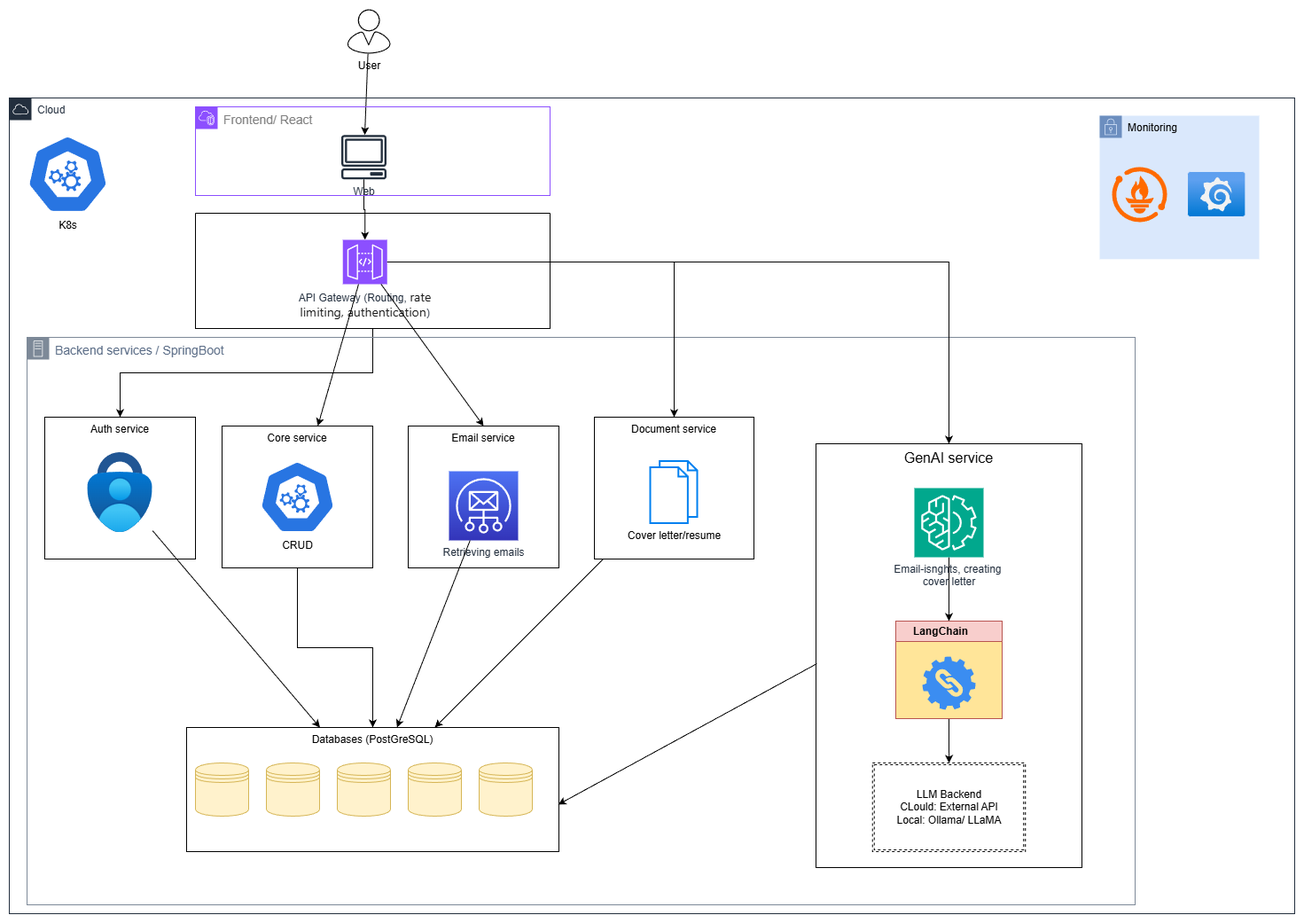
Above: docs/architecture/component_diagram.png in AET-DevOps26/team-genops (draw.io), before the change. Source tidied: cells renumbered, new cells last; positions are measured from the earlier drawing's top-left corner, leaving out a move shared by most shapes.
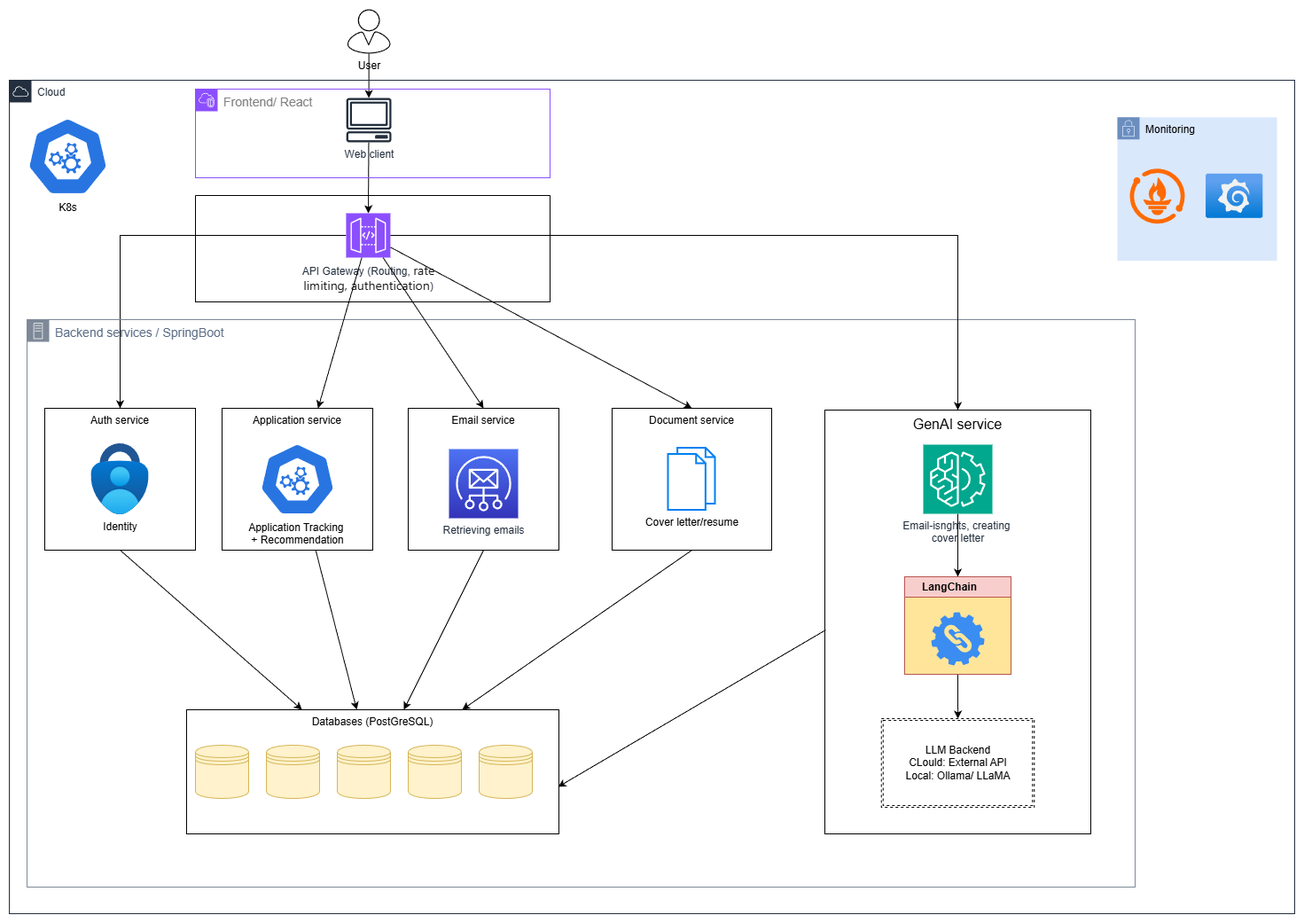
After the commit.

Diff of the diagram source:
```diff
@@ -9,34 +9,34 @@
       <mxGeometry x="381.2" width="48.8" height="50" as="geometry" />
     </mxCell>
     <mxCell id="4" value="Cloud" style="gradientColor=none;html=1;whiteSpace=wrap;fontSize=12;fontStyle=0;shape=mxgraph.aws4.group;grIcon=mxgraph.aws4.group_aws_cloud;strokeColor=#232F3E;fillColor=none;verticalAlign=top;align=left;spacingLeft=30;fontColor=#232F3E;dashed=0;" parent="1" vertex="1">
-      <mxGeometry y="100" width="1450" height="920" as="geometry" />
+      <mxGeometry y="80" width="1450" height="940" as="geometry" />
     </mxCell>
-    <mxCell id="5" style="edgeStyle=orthogonalEdgeStyle;rounded=0;jettySize=auto;html=1;" parent="4" edge="1" source="45" target="8">
+    <mxCell id="5" style="rounded=0;jettySize=auto;html=1;" parent="4" edge="1" source="45" target="8">
       <mxGeometry relative="1" as="geometry" />
     </mxCell>
-    <mxCell id="6" style="edgeStyle=orthogonalEdgeStyle;rounded=0;jettySize=auto;html=1;entryX=0.5;entryY=0;entryDx=0;entryDy=0;" parent="4" edge="1" source="7" target="10">
+    <mxCell id="6" style="edgeStyle=orthogonalEdgeStyle;rounded=0;jettySize=auto;html=1;entryX=0.5;entryY=0;entryDx=0;entryDy=0;" parent="4" edge="1" source="8" target="10">
       <mxGeometry relative="1" as="geometry" />
     </mxCell>
     <mxCell id="7" style="swimlane;startSize=0;" parent="4" vertex="1">
-      <mxGeometry x="210" y="130" width="400" height="130" as="geometry" />
+      <mxGeometry x="210" y="130" width="400" height="120" as="geometry" />
     </mxCell>
     <mxCell id="8" value="API Gateway (Routing,&amp;nbsp;&lt;span style=&quot;color: rgba(0, 0, 0, 0.9); font-family: -apple-system, system-ui, BlinkMacSystemFont, &amp;quot;Segoe UI&amp;quot;, Roboto, &amp;quot;Helvetica Neue&amp;quot;, &amp;quot;Fira Sans&amp;quot;, Ubuntu, Oxygen, &amp;quot;Oxygen Sans&amp;quot;, Cantarell, &amp;quot;Droid Sans&amp;quot;, &amp;quot;Apple Color Emoji&amp;quot;, &amp;quot;Segoe UI Emoji&amp;quot;, &amp;quot;Segoe UI Emoji&amp;quot;, &amp;quot;Segoe UI Symbol&amp;quot;, &amp;quot;Lucida Grande&amp;quot;, Helvetica, Arial, sans-serif; font-size: 14px; text-align: start; text-wrap-mode: wrap; background-color: rgb(255, 255, 255);&quot;&gt;rate limiting, authentication&lt;/span&gt;)" style="sketch=0;points=[[0,0,0],[0.25,0,0],[0.5,0,0],[0.75,0,0],[1,0,0],[0,1,0],[0.25,1,0],[0.5,1,0],[0.75,1,0],[1,1,0],[0,0.25,0],[0,0.5,0],[0,0.75,0],[1,0.25,0],[1,0.5,0],[1,0.75,0]];outlineConnect=0;fontColor=#232F3E;fillColor=#8C4FFF;strokeColor=#ffffff;dashed=0;verticalLabelPosition=bottom;verticalAlign=top;align=center;html=1;fontSize=12;fontStyle=0;shape=mxgraph.aws4.resourceIcon;resIcon=mxgraph.aws4.api_gateway;" parent="7" vertex="1">
-      <mxGeometry x="166.2" y="30" width="50" height="50" as="geometry" />
+      <mxGeometry x="169.9" y="20" width="50" height="50" as="geometry" />
     </mxCell>
     <mxCell id="9" style="group;" parent="4" vertex="1">
       <mxGeometry x="40" y="360" width="170" height="160" as="geometry" />
     </mxCell>
     <mxCell id="10" value="&lt;font style=&quot;color: rgb(0, 0, 0);&quot;&gt;Auth service&lt;/font&gt;" style="fillColor=none;strokeColor=light-dark(#000000, #ff8575);verticalAlign=top;fontStyle=0;fontColor=#DD3522;whiteSpace=wrap;html=1;" parent="9" vertex="1">
-      <mxGeometry width="170" height="160" as="geometry" />
+      <mxGeometry y="10" width="170" height="160" as="geometry" />
     </mxCell>
-    <mxCell id="11" style="image;html=1;points=[];align=center;fontSize=12;image=img/lib/azure2/security/Multifactor_Authentication.svg;" parent="9" vertex="1">
-      <mxGeometry x="48.3" y="40" width="73.3" height="90" as="geometry" />
+    <mxCell id="11" value="Identity" style="image;html=1;points=[];align=center;fontSize=12;image=img/lib/azure2/security/Multifactor_Authentication.svg;" parent="9" vertex="1">
+      <mxGeometry x="52.4" y="50" width="65.2" height="80" as="geometry" />
     </mxCell>
     <mxCell id="12" value="Backend services / SpringBoot" style="gradientColor=none;html=1;whiteSpace=wrap;fontSize=14;fontStyle=0;shape=mxgraph.aws4.group;grIcon=mxgraph.aws4.group_on_premise;strokeColor=#7D8998;fillColor=none;verticalAlign=top;align=left;spacingLeft=30;fontColor=#5A6C86;dashed=0;" parent="4" vertex="1">
       <mxGeometry x="20" y="270" width="1250" height="640" as="geometry" />
     </mxCell>
     <mxCell id="13" value="&lt;font color=&quot;#000000&quot; style=&quot;font-size: 16px;&quot;&gt;GenAI service&lt;/font&gt;" style="fillColor=none;strokeColor=light-dark(#000000, #ff8575);verticalAlign=top;fontStyle=0;fontColor=#DD3522;whiteSpace=wrap;html=1;" parent="12" vertex="1">
-      <mxGeometry x="890" y="120" width="300" height="478" as="geometry" />
+      <mxGeometry x="900" y="102" width="300" height="478" as="geometry" />
     </mxCell>
     <mxCell id="14" style="group;" parent="12" vertex="1">
       <mxGeometry x="220" y="100" width="170" height="160" as="geometry" />
@@ -44,10 +44,10 @@
     <mxCell id="15" style="group;" parent="14" vertex="1">
       <mxGeometry width="170" height="160" as="geometry" />
     </mxCell>
-    <mxCell id="16" value="&lt;font style=&quot;color: rgb(0, 0, 0);&quot;&gt;Core service&lt;/font&gt;" style="fillColor=none;strokeColor=light-dark(#000000, #ff8575);verticalAlign=top;fontStyle=0;fontColor=#DD3522;whiteSpace=wrap;html=1;" parent="15" vertex="1">
+    <mxCell id="16" value="&lt;font style=&quot;color: rgb(0, 0, 0);&quot;&gt;Application service&lt;/font&gt;" style="fillColor=none;strokeColor=light-dark(#000000, #ff8575);verticalAlign=top;fontStyle=0;fontColor=#DD3522;whiteSpace=wrap;html=1;" parent="15" vertex="1">
       <mxGeometry width="170" height="160" as="geometry" />
     </mxCell>
-    <mxCell id="17" value="CRUD" style="sketch=0;html=1;dashed=0;whitespace=wrap;verticalLabelPosition=bottom;verticalAlign=top;fillColor=#2875E2;strokeColor=#ffffff;shape=mxgraph.kubernetes.icon2;prIcon=api;" parent="15" vertex="1">
+    <mxCell id="17" value="Application Tracking&amp;nbsp;&lt;br&gt;+ Recommendation" style="sketch=0;html=1;dashed=0;whitespace=wrap;verticalLabelPosition=bottom;verticalAlign=top;fillColor=#2875E2;strokeColor=#ffffff;shape=mxgraph.kubernetes.icon2;prIcon=api;" parent="15" vertex="1">
       <mxGeometry x="42.3" y="39" width="85.4" height="82" as="geometry" />
     </mxCell>
     <mxCell id="18" style="group;" parent="12" vertex="1">
@@ -56,11 +56,8 @@
     <mxCell id="19" value="&lt;font style=&quot;color: rgb(0, 0, 0);&quot;&gt;Email service&lt;/font&gt;" style="fillColor=none;strokeColor=light-dark(#000000, #ff8575);verticalAlign=top;fontStyle=0;fontColor=#DD3522;whiteSpace=wrap;html=1;" parent="18" vertex="1">
       <mxGeometry width="170" height="160" as="geometry" />
     </mxCell>
-    <mxCell id="20" style="group;" parent="18" vertex="1">
-      <mxGeometry width="170" height="160" as="geometry" />
-    </mxCell>
-    <mxCell id="21" style="group;" parent="20" vertex="1">
-      <mxGeometry width="170" height="160" as="geometry" />
+    <mxCell id="21" style="group;" parent="18" vertex="1">
+      <mxGeometry y="-5" width="170" height="160" as="geometry" />
     </mxCell>
     <mxCell id="22" value="Retrieving emails" style="sketch=0;points=[[0,0,0],[0.25,0,0],[0.5,0,0],[0.75,0,0],[1,0,0],[0,1,0],[0.25,1,0],[0.5,1,0],[0.75,1,0],[1,1,0],[0,0.25,0],[0,0.5,0],[0,0.75,0],[1,0.25,0],[1,0.5,0],[1,0.75,0]];outlineConnect=0;fontColor=#232F3E;gradientColor=#4D72F3;gradientDirection=north;fillColor=#3334B9;strokeColor=#ffffff;dashed=0;verticalLabelPosition=bottom;verticalAlign=top;align=center;html=1;fontSize=12;fontStyle=0;shape=mxgraph.aws4.resourceIcon;resIcon=mxgraph.aws4.simple_email_service;" parent="21" vertex="1">
       <mxGeometry x="46" y="51" width="78" height="78" as="geometry" />
@@ -69,16 +66,16 @@
       <mxGeometry relative="1" as="geometry" />
     </mxCell>
     <mxCell id="24" value="Email-isnghts, creating&amp;nbsp;&lt;div&gt;cover letter&lt;/div&gt;" style="sketch=0;points=[[0,0,0],[0.25,0,0],[0.5,0,0],[0.75,0,0],[1,0,0],[0,1,0],[0.25,1,0],[0.5,1,0],[0.75,1,0],[1,1,0],[0,0.25,0],[0,0.5,0],[0,0.75,0],[1,0.25,0],[1,0.5,0],[1,0.75,0]];outlineConnect=0;fontColor=#232F3E;fillColor=#01A88D;strokeColor=#ffffff;dashed=0;verticalLabelPosition=bottom;verticalAlign=top;align=center;html=1;fontSize=12;fontStyle=0;shape=mxgraph.aws4.resourceIcon;resIcon=mxgraph.aws4.machine_learning;" parent="12" vertex="1">
-      <mxGeometry x="1001" y="170" width="78" height="78" as="geometry" />
+      <mxGeometry x="1011" y="141" width="78" height="78" as="geometry" />
     </mxCell>
     <mxCell id="25" value="LLM Backend&lt;br&gt;CLould: External API&lt;div&gt;Local: Ollama/ LLaMA&lt;/div&gt;" style="shape=ext;double=1;rounded=0;whiteSpace=wrap;html=1;dashed=1;" parent="12" vertex="1">
-      <mxGeometry x="953.8" y="480" width="172.5" height="100" as="geometry" />
+      <mxGeometry x="963.8" y="450" width="172.5" height="100" as="geometry" />
     </mxCell>
     <mxCell id="26" style="edgeStyle=orthogonalEdgeStyle;rounded=0;jettySize=auto;html=1;" parent="12" edge="1" source="28" target="25">
       <mxGeometry relative="1" as="geometry" />
     </mxCell>
     <mxCell id="27" value="LangChain&lt;span style=&quot;white-space: pre;&quot;&gt;&#9;&lt;/span&gt;" style="swimlane;whiteSpace=wrap;html=1;fillColor=#f8cecc;strokeColor=#b85450;swimlaneFillColor=#FFE599;" parent="12" vertex="1">
-      <mxGeometry x="980" y="320" width="120" height="110" as="geometry" />
+      <mxGeometry x="990" y="290" width="120" height="110" as="geometry" />
     </mxCell>
     <mxCell id="28" style="sketch=0;html=1;strokeColor=none;shadow=0;fillColor=#3B8DF1;verticalAlign=top;labelPosition=center;verticalLabelPosition=bottom;shape=mxgraph.gcp2.gear_chain;" parent="27" vertex="1">
       <mxGeometry x="30" y="40" width="60" height="60" as="geometry" />
@@ -113,17 +110,19 @@
     <mxCell id="38" style="shape=datastore;whiteSpace=wrap;html=1;fillColor=#fff2cc;strokeColor=#d6b656;" parent="32" vertex="1">
       <mxGeometry x="490" y="70" width="60" height="60" as="geometry" />
     </mxCell>
-    <mxCell id="39" style="rounded=0;jettySize=auto;html=1;" parent="4" edge="1" source="11" target="33">
+    <mxCell id="39" style="rounded=0;jettySize=auto;html=1;exitX=0.5;exitY=1;exitDx=0;exitDy=0;" parent="4" edge="1" source="10" target="33">
       <mxGeometry relative="1" as="geometry" />
     </mxCell>
-    <mxCell id="40" style="edgeStyle=orthogonalEdgeStyle;rounded=0;jettySize=auto;html=1;" parent="4" edge="1" source="16" target="33">
+    <mxCell id="40" style="rounded=0;jettySize=auto;html=1;" parent="4" edge="1" source="16" target="33">
       <mxGeometry relative="1" as="geometry" />
     </mxCell>
-    <mxCell id="41" style="rounded=0;jettySize=auto;html=1;" parent="4" edge="1" source="22" target="33">
+    <mxCell id="41" style="rounded=0;jettySize=auto;html=1;exitX=0.5;exitY=1;exitDx=0;exitDy=0;" parent="4" edge="1" source="19" target="33">
       <mxGeometry relative="1" as="geometry" />
     </mxCell>
-    <mxCell id="42" style="rounded=0;jettySize=auto;html=1;entryX=0.998;entryY=0.621;entryDx=0;entryDy=0;entryPerimeter=0;exitX=0.003;exitY=0.519;exitDx=0;exitDy=0;exitPerimeter=0;" parent="4" edge="1" source="13" target="33">
-      <mxGeometry relative="1" as="geometry" />
+    <mxCell id="42" style="rounded=0;jettySize=auto;html=1;exitX=0.003;exitY=0.519;exitDx=0;exitDy=0;exitPerimeter=0;" parent="4" edge="1" source="13">
+      <mxGeometry relative="1" as="geometry">
+        <mxPoint x="619" y="797" as="targetPoint" />
+      </mxGeometry>
     </mxCell>
     <mxCell id="43" value="K8s" style="sketch=0;html=1;dashed=0;whitespace=wrap;verticalLabelPosition=bottom;verticalAlign=top;fillColor=#2875E2;strokeColor=#ffffff;shape=mxgraph.kubernetes.icon2;prIcon=sched;" parent="4" vertex="1">
       <mxGeometry x="20" y="41.8" width="91.9" height="88.2" as="geometry" />
@@ -131,11 +130,11 @@
     <mxCell id="44" value="&lt;font style=&quot;color: rgb(128, 128, 128);&quot;&gt;Frontend/ React&lt;/font&gt;" style="gradientColor=none;html=1;whiteSpace=wrap;fontSize=14;fontStyle=0;shape=mxgraph.aws4.group;grIcon=mxgraph.aws4.group_vpc2;strokeColor=#8C4FFF;fillColor=none;verticalAlign=top;align=left;spacingLeft=30;fontColor=#AAB7B8;dashed=0;" parent="4" vertex="1">
       <mxGeometry x="210" y="10" width="400" height="100" as="geometry" />
     </mxCell>
-    <mxCell id="45" value="Web" style="sketch=0;outlineConnect=0;fontColor=#232F3E;gradientColor=none;fillColor=#232F3D;strokeColor=none;dashed=0;verticalLabelPosition=bottom;verticalAlign=top;align=center;html=1;fontSize=12;fontStyle=0;shape=mxgraph.aws4.client;" parent="44" vertex="1">
-      <mxGeometry x="164.3" y="31.8" width="51.3" height="50" as="geometry" />
+    <mxCell id="45" value="Web client" style="sketch=0;outlineConnect=0;fontColor=#232F3E;gradientColor=none;fillColor=#232F3D;strokeColor=none;dashed=0;verticalLabelPosition=bottom;verticalAlign=top;align=center;html=1;fontSize=12;fontStyle=0;shape=mxgraph.aws4.client;" parent="44" vertex="1">
+      <mxGeometry x="169.9" y="10" width="51.3" height="50" as="geometry" />
     </mxCell>
     <mxCell id="46" value="Monitoring" style="html=1;whiteSpace=wrap;fontSize=12;fontStyle=0;shape=mxgraph.aws4.group;grIcon=mxgraph.aws4.group_security_group;grStroke=0;strokeColor=#6c8ebf;fillColor=#dae8fc;verticalAlign=top;align=left;spacingLeft=30;dashed=0;" parent="4" vertex="1">
-      <mxGeometry x="1230" y="20" width="180" height="161.8" as="geometry" />
+      <mxGeometry x="1250" y="41.8" width="180" height="161.8" as="geometry" />
     </mxCell>
     <mxCell id="47" style="html=1;align=center;shadow=0;dashed=0;fillColor=#FF6A00;strokeColor=none;shape=mxgraph.alibaba_cloud.prometheus;" parent="46" vertex="1">
       <mxGeometry x="14" y="58" width="62" height="62" as="geometry" />
@@ -144,21 +143,21 @@
       <mxGeometry x="100" y="64" width="64.4" height="50" as="geometry" />
     </mxCell>
     <mxCell id="49" style="group;" parent="1" vertex="1">
-      <mxGeometry x="640" y="470" width="180" height="160" as="geometry" />
+      <mxGeometry x="660" y="450" width="200" height="160" as="geometry" />
     </mxCell>
     <mxCell id="50" style="group;" parent="49" vertex="1">
-      <mxGeometry x="20" y="-10" width="180" height="160" as="geometry" />
+      <mxGeometry x="20" y="-10" width="180" height="170" as="geometry" />
     </mxCell>
     <mxCell id="51" value="&lt;font color=&quot;#000000&quot;&gt;Document service&lt;/font&gt;" style="fillColor=none;strokeColor=light-dark(#000000, #ff8575);verticalAlign=top;fontStyle=0;fontColor=#DD3522;whiteSpace=wrap;html=1;" parent="50" vertex="1">
-      <mxGeometry width="180" height="160" as="geometry" />
+      <mxGeometry y="10" width="180" height="160" as="geometry" />
     </mxCell>
     <mxCell id="52" value="Cover letter/resume" style="html=1;verticalLabelPosition=bottom;align=center;labelBackgroundColor=#ffffff;verticalAlign=top;strokeWidth=2;strokeColor=#0080F0;shadow=0;dashed=0;shape=mxgraph.ios7.icons.documents;" parent="50" vertex="1">
-      <mxGeometry x="63.5" y="50" width="52.9" height="70" as="geometry" />
+      <mxGeometry x="63.5" y="55" width="52.9" height="70" as="geometry" />
     </mxCell>
-    <mxCell id="53" style="edgeStyle=orthogonalEdgeStyle;rounded=0;jettySize=auto;html=1;" parent="1" edge="1" source="8" target="51">
+    <mxCell id="53" style="rounded=0;jettySize=auto;html=1;entryX=0.5;entryY=0;entryDx=0;entryDy=0;" parent="1" edge="1" source="8" target="51">
       <mxGeometry relative="1" as="geometry" />
     </mxCell>
-    <mxCell id="54" style="rounded=0;jettySize=auto;html=1;" parent="1" edge="1" source="51" target="33">
+    <mxCell id="54" style="rounded=0;jettySize=auto;html=1;exitX=0.5;exitY=1;exitDx=0;exitDy=0;" parent="1" edge="1" source="51" target="33">
       <mxGeometry relative="1" as="geometry" />
     </mxCell>
   </root>
```
